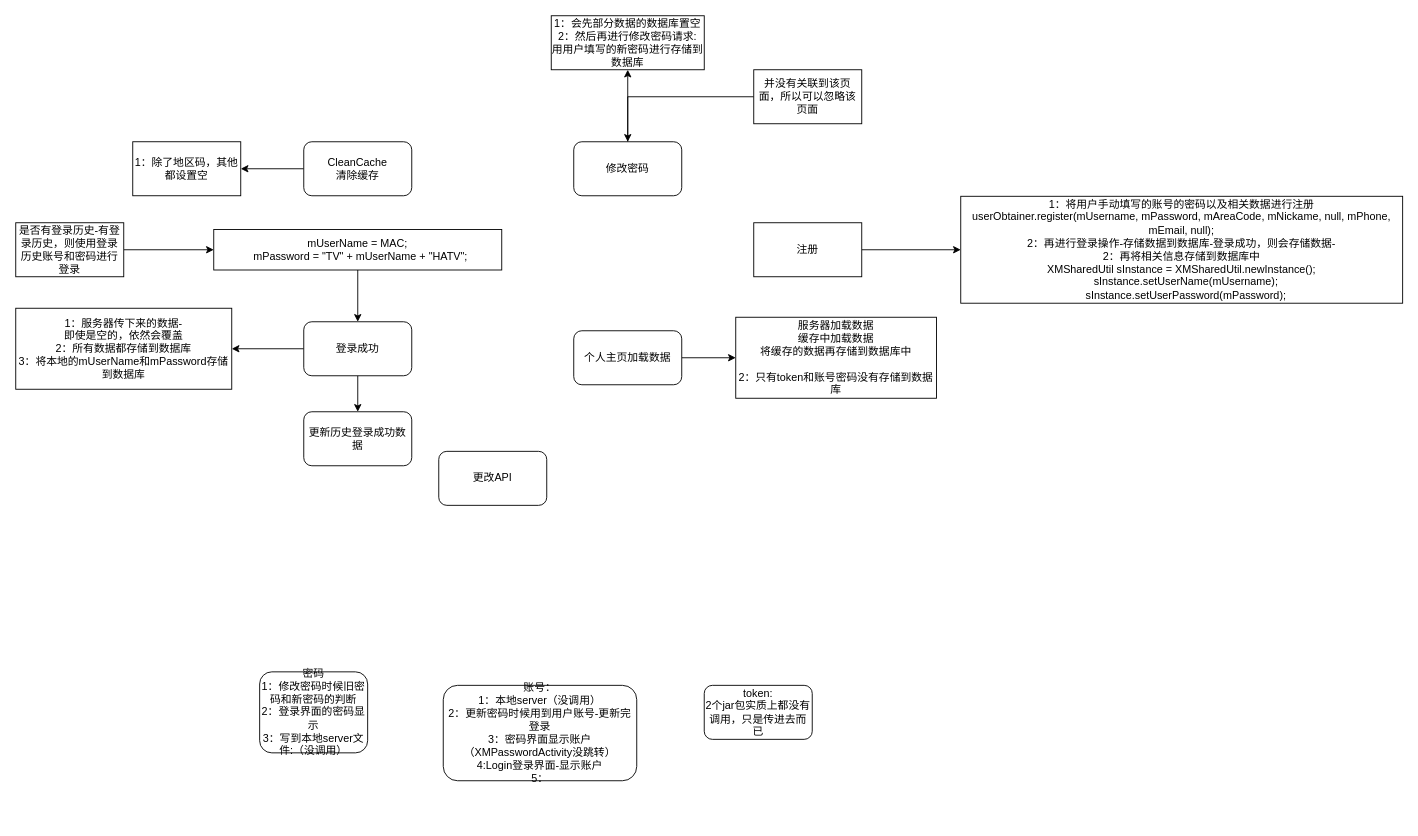
honghonglhh2018/ThinkingFlowChart keeps this draw.io diagram as 登录信息缓存逻辑图.drawio. Above is the earlier version. Source tidied: cells renumbered, new cells numbered last; positions are measured from the earlier drawing's top-left corner, leaving out a move shared by most shapes. Both pictures are drawn from the tidied source at 90%, with x=0, y=0 at pixel (15, 15).
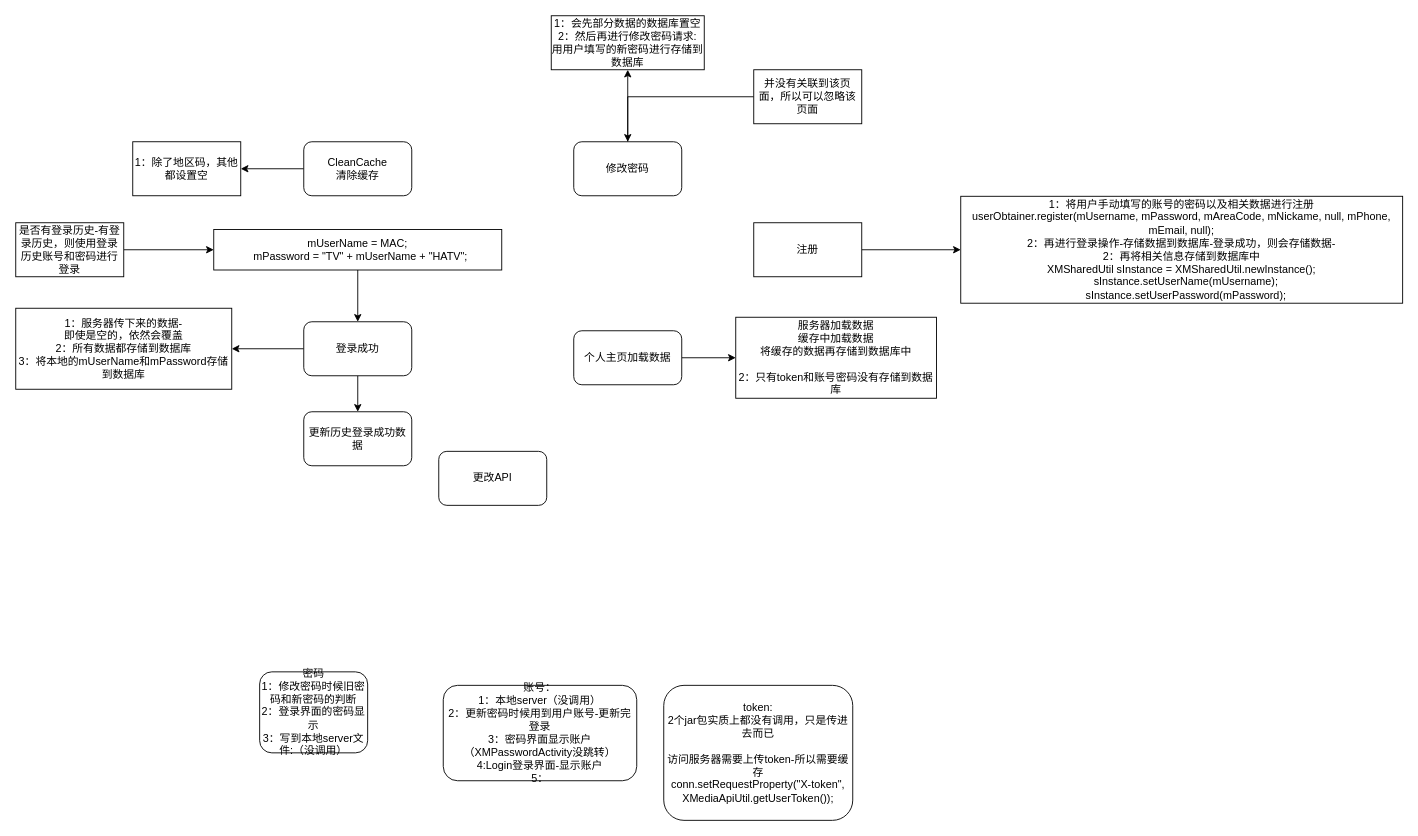
The same page after the edit.

Commit message (it also covers changes not shown here):
更新登录信息缓存逻辑图.drawio

Diff of the diagram source:
```diff
@@
-    <mxCell id="25" value="token:&lt;br&gt;2个jar包实质上都没有调用，只是传进去而已" style="rounded=1;whiteSpace=wrap;html=1;" parent="1" vertex="1">
-      <mxGeometry x="765" y="744" width="120" height="60" as="geometry" />
+    <mxCell id="25" value="token:&lt;br&gt;2个jar包实质上都没有调用，只是传进去而已&lt;br&gt;&lt;br&gt;访问服务器需要上传token-所以需要缓存&lt;br&gt;conn.setRequestProperty(&quot;X-token&quot;, XMediaApiUtil.getUserToken());" style="rounded=1;whiteSpace=wrap;html=1;" parent="1" vertex="1">
+      <mxGeometry x="720" y="744" width="210" height="150" as="geometry" />
     </mxCell>
```
